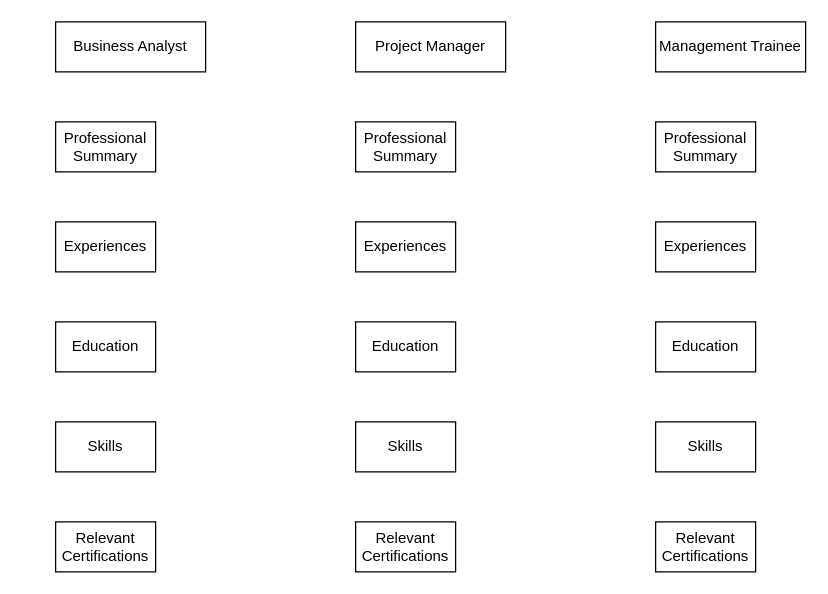
Above: Personal.drawio in hanggaa/Diagram (draw.io), before the change. Source tidied: cells renumbered, new cells numbered last; positions are measured from the earlier drawing's top-left corner, leaving out a move shared by most shapes. Both pictures are drawn from the tidied source at 125%, with x=0, y=0 at pixel (55, 21).
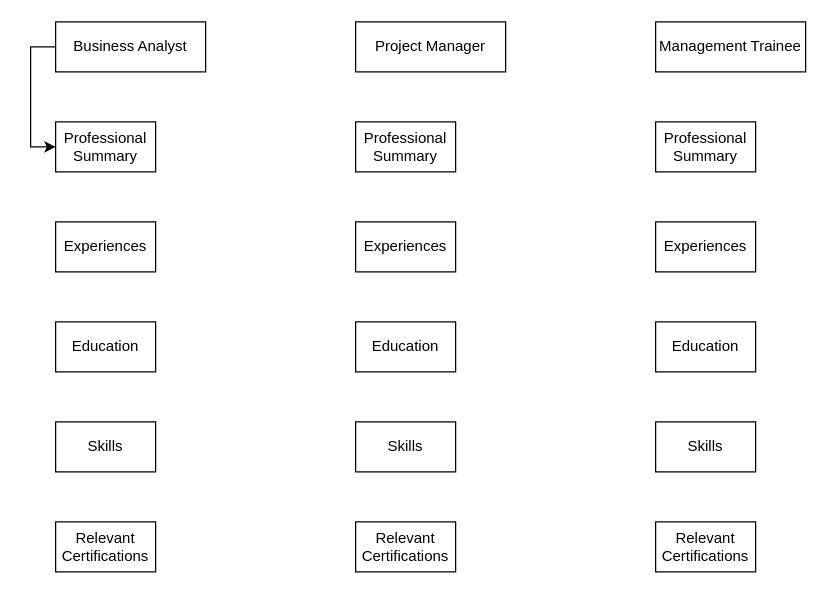
The same page after the edit.

Unchanged cells that the change refers to:
```xml
<mxCell id="2" value="Business Analyst" style="rounded=0;whiteSpace=wrap;html=1;" parent="1" vertex="1">
  <mxGeometry width="120" height="40" as="geometry" />
</mxCell>
<mxCell id="5" value="Professional Summary" style="rounded=0;whiteSpace=wrap;html=1;" parent="1" vertex="1">
  <mxGeometry y="80" width="80" height="40" as="geometry" />
</mxCell>
```

The edit, as a diff of the source:
```diff
@@
+    <mxCell id="20" style="edgeStyle=orthogonalEdgeStyle;rounded=0;jettySize=auto;html=1;entryX=0;entryY=0.5;entryDx=0;entryDy=0;" parent="1" edge="1" source="2" target="5">
+      <mxGeometry relative="1" as="geometry">
+        <Array as="points">
+          <mxPoint x="-20" y="20" />
+          <mxPoint x="-20" y="100" />
+        </Array>
+      </mxGeometry>
+    </mxCell>
```
